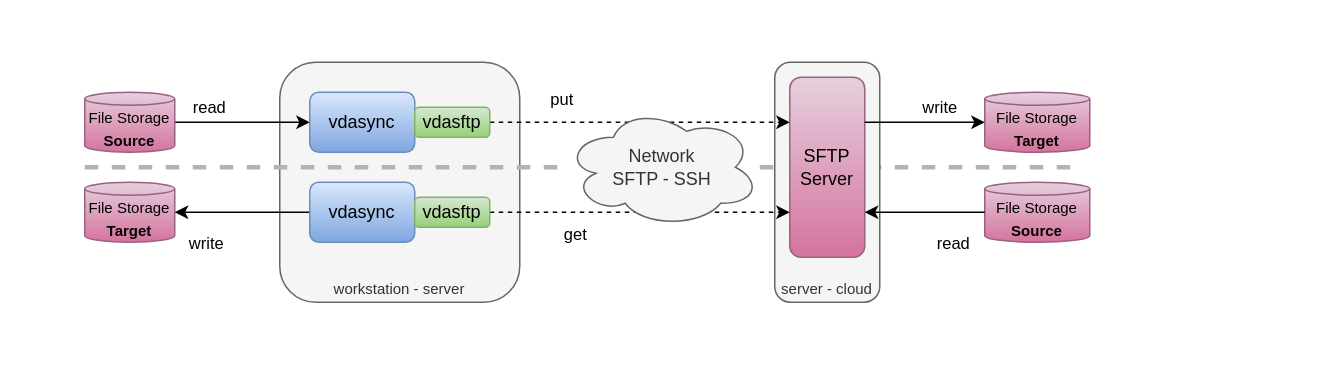
Above: page "sftp" (5 of 11) of docs/images/vdasync.drawio in t-beigbeder/vdasync (draw.io), before the change. Source tidied: cells renumbered, new cells numbered last; positions are measured from the earlier drawing's top-left corner, leaving out a move shared by most shapes. Both pictures are drawn from the tidied source at 150%, with x=0, y=0 at pixel (84, 62).
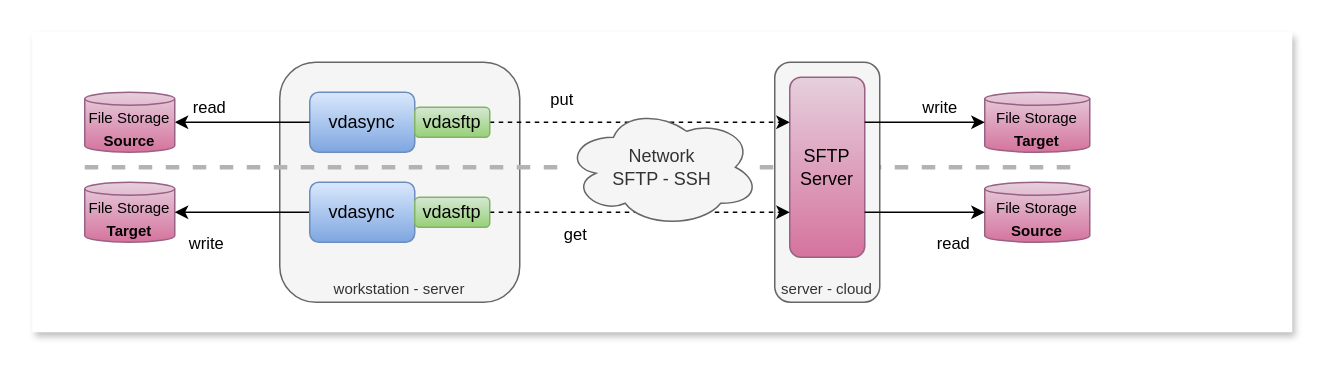
The same page after the edit.

Unchanged cells that the change refers to:
```xml
<mxCell id="5" value="vdasync" style="rounded=1;whiteSpace=wrap;html=1;fillColor=#dae8fc;strokeColor=#6c8ebf;gradientColor=#7ea6e0;" parent="1" vertex="1">
  <mxGeometry x="150" y="20" width="70" height="40" as="geometry" />
</mxCell>
<mxCell id="7" value="&lt;font style=&quot;font-size: 10px;&quot;&gt;File Storage&lt;/font&gt;&lt;div&gt;&lt;font style=&quot;font-size: 10px;&quot;&gt;&lt;b&gt;Source&lt;/b&gt;&lt;/font&gt;&lt;/div&gt;" style="shape=cylinder3;whiteSpace=wrap;html=1;boundedLbl=1;backgroundOutline=1;size=4.3333333333334;fillColor=#e6d0de;strokeColor=#996185;gradientColor=#d5739d;" parent="1" vertex="1">
  <mxGeometry y="20" width="60" height="40" as="geometry" />
</mxCell>
<mxCell id="10" value="SFTP Server" style="rounded=1;whiteSpace=wrap;html=1;fillColor=#e6d0de;strokeColor=#996185;gradientColor=#d5739d;" parent="1" vertex="1">
  <mxGeometry x="470" y="10" width="50" height="120" as="geometry" />
</mxCell>
<mxCell id="13" value="&lt;div&gt;&lt;font style=&quot;font-size: 10px;&quot;&gt;File Storage&lt;/font&gt;&lt;/div&gt;&lt;div&gt;&lt;font style=&quot;font-size: 10px;&quot;&gt;&lt;b&gt;Source&lt;/b&gt;&lt;/font&gt;&lt;/div&gt;" style="shape=cylinder3;whiteSpace=wrap;html=1;boundedLbl=1;backgroundOutline=1;size=4.3333333333334;fillColor=#e6d0de;strokeColor=#996185;gradientColor=#d5739d;" parent="1" vertex="1">
  <mxGeometry x="600" y="80" width="70" height="40" as="geometry" />
</mxCell>
```

What changed in the source:
```diff
@@
+    <mxCell id="22" style="rounded=0;whiteSpace=wrap;html=1;shadow=1;glass=0;strokeColor=none;" parent="1" vertex="1">
+      <mxGeometry x="-35" y="-20" width="840" height="200" as="geometry" />
+    </mxCell>
@@
-    <mxCell id="6" value="read" style="endArrow=classic;html=1;rounded=0;entryX=0;entryY=0.5;entryDx=0;entryDy=0;exitX=1;exitY=0.5;exitDx=0;exitDy=0;exitPerimeter=0;" parent="1" edge="1" source="7" target="5">
-      <mxGeometry x="-0.5" y="10" relative="1" as="geometry" />
+    <mxCell id="6" value="read" style="endArrow=none;html=1;rounded=0;entryX=0;entryY=0.5;entryDx=0;entryDy=0;exitX=1;exitY=0.5;exitDx=0;exitDy=0;exitPerimeter=0;startArrow=classic;startFill=1;endFill=0;" parent="1" edge="1" source="7" target="5">
+      <mxGeometry x="-0.49" y="10" relative="1" as="geometry" />
     </mxCell>
@@
-    <mxCell id="16" value="read" style="endArrow=classic;html=1;rounded=0;entryX=1;entryY=0.75;entryDx=0;entryDy=0;exitX=0;exitY=0.5;exitDx=0;exitDy=0;exitPerimeter=0;" parent="1" edge="1" source="13" target="10">
+    <mxCell id="16" value="read" style="endArrow=none;html=1;rounded=0;entryX=1;entryY=0.75;entryDx=0;entryDy=0;exitX=0;exitY=0.5;exitDx=0;exitDy=0;exitPerimeter=0;startArrow=classic;startFill=1;endFill=0;" parent="1" edge="1" source="13" target="10">
       <mxGeometry x="-0.47" y="21" relative="1" as="geometry" />
     </mxCell>
```
